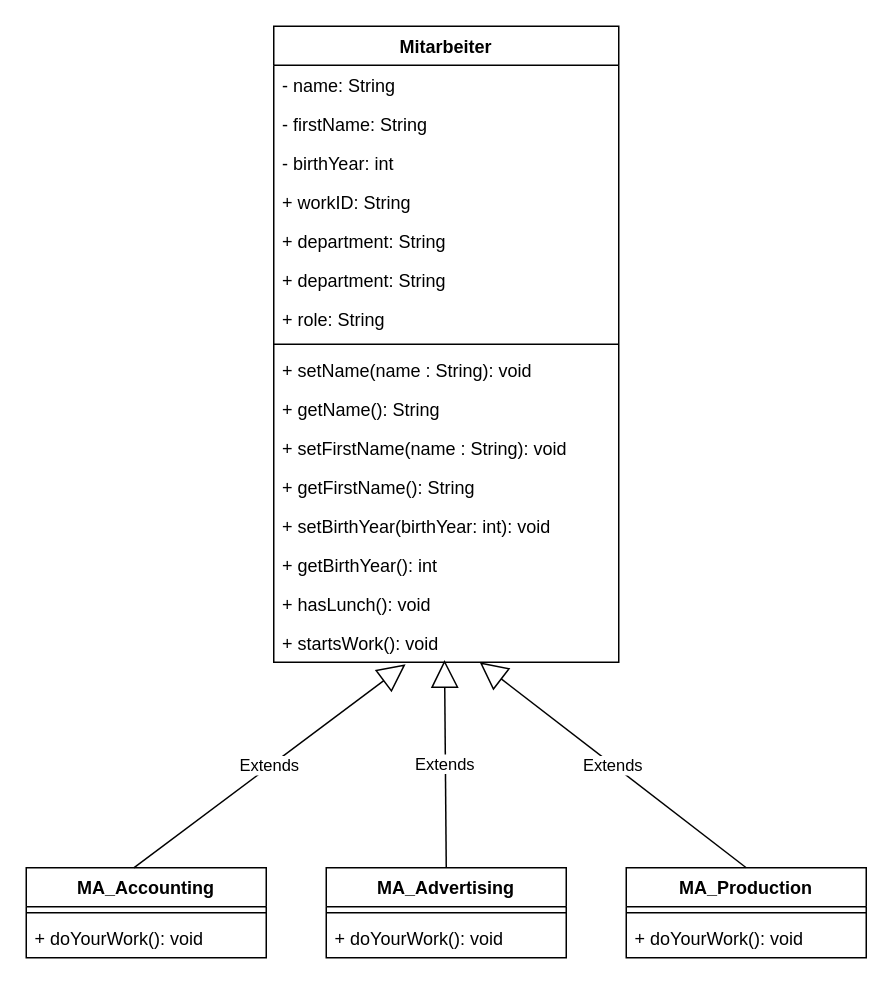
Earlier version of the draw.io diagram muster_MA.drawio (tkor152-OOP/03a_CodeLab_03). Source tidied: cells renumbered, new cells numbered last; positions are measured from the earlier drawing's top-left corner, leaving out a move shared by most shapes. Both pictures are drawn from the tidied source at 150%, with x=0, y=0 at pixel (26, 26).
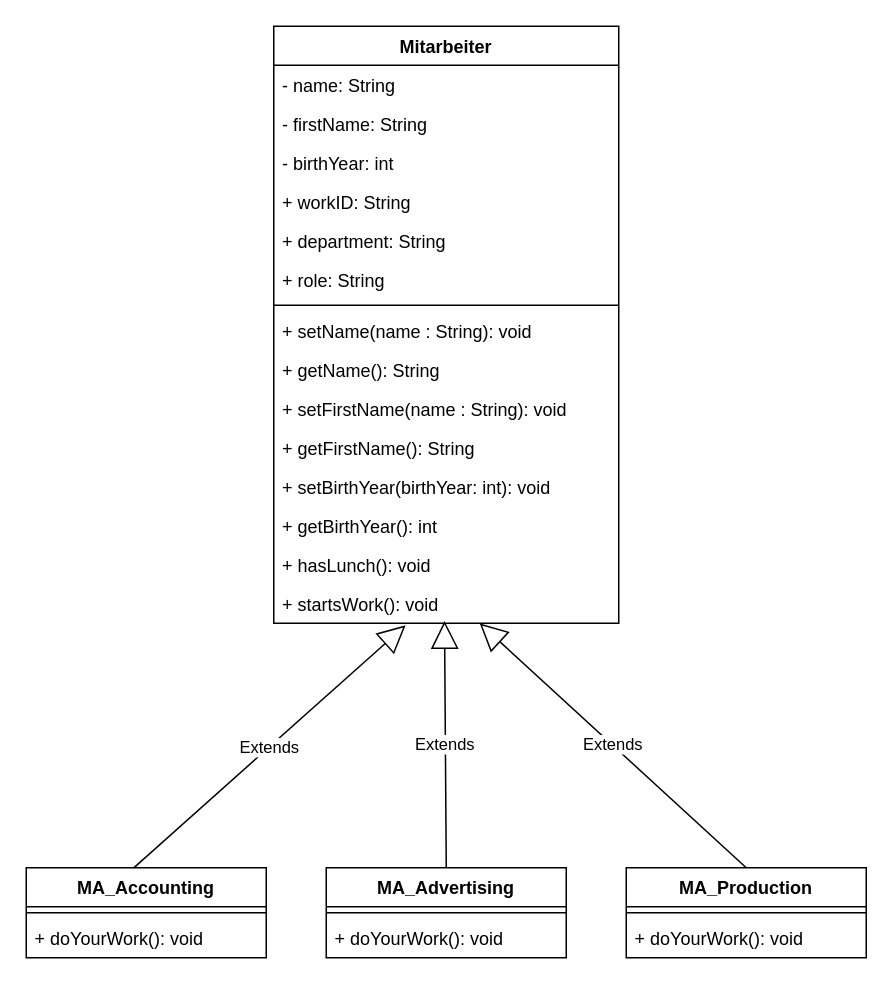
Above is the later version.

Commit message:
Korrektur Diagramm

Diff of the diagram source:
```diff
@@
     <mxCell id="2" value="Mitarbeiter" style="swimlane;fontStyle=1;align=center;verticalAlign=top;horizontal=1;startSize=26;" parent="1" vertex="1">
-      <mxGeometry x="165" width="230" height="424" as="geometry" />
+      <mxGeometry x="165" width="230" height="398" as="geometry" />
     </mxCell>
@@
-    <mxCell id="8" value="+ department: String" style="text;strokeColor=none;fillColor=none;align=left;verticalAlign=top;spacingLeft=4;spacingRight=4;overflow=hidden;" parent="2" vertex="1">
-      <mxGeometry y="156" width="230" height="26" as="geometry" />
-    </mxCell>
     <mxCell id="9" value="+ role: String" style="text;strokeColor=none;fillColor=none;align=left;verticalAlign=top;spacingLeft=4;spacingRight=4;overflow=hidden;" parent="2" vertex="1">
-      <mxGeometry y="182" width="230" height="26" as="geometry" />
+      <mxGeometry y="156" width="230" height="26" as="geometry" />
     </mxCell>
     <mxCell id="10" style="line;strokeWidth=1;fillColor=none;align=left;verticalAlign=middle;spacingTop=-1;spacingLeft=3;spacingRight=3;labelPosition=right;" parent="2" vertex="1">
-      <mxGeometry y="208" width="230" height="8" as="geometry" />
+      <mxGeometry y="182" width="230" height="8" as="geometry" />
     </mxCell>
     <mxCell id="11" value="+ setName(name : String): void" style="text;strokeColor=none;fillColor=none;align=left;verticalAlign=top;spacingLeft=4;spacingRight=4;overflow=hidden;" parent="2" vertex="1">
-      <mxGeometry y="216" width="230" height="26" as="geometry" />
+      <mxGeometry y="190" width="230" height="26" as="geometry" />
     </mxCell>
     <mxCell id="12" value="+ getName(): String" style="text;strokeColor=none;fillColor=none;align=left;verticalAlign=top;spacingLeft=4;spacingRight=4;overflow=hidden;" parent="2" vertex="1">
-      <mxGeometry y="242" width="230" height="26" as="geometry" />
+      <mxGeometry y="216" width="230" height="26" as="geometry" />
     </mxCell>
     <mxCell id="13" value="+ setFirstName(name : String): void" style="text;strokeColor=none;fillColor=none;align=left;verticalAlign=top;spacingLeft=4;spacingRight=4;overflow=hidden;" parent="2" vertex="1">
-      <mxGeometry y="268" width="230" height="26" as="geometry" />
+      <mxGeometry y="242" width="230" height="26" as="geometry" />
     </mxCell>
     <mxCell id="14" value="+ getFirstName(): String" style="text;strokeColor=none;fillColor=none;align=left;verticalAlign=top;spacingLeft=4;spacingRight=4;overflow=hidden;" parent="2" vertex="1">
-      <mxGeometry y="294" width="230" height="26" as="geometry" />
+      <mxGeometry y="268" width="230" height="26" as="geometry" />
     </mxCell>
     <mxCell id="15" value="+ setBirthYear(birthYear: int): void" style="text;strokeColor=none;fillColor=none;align=left;verticalAlign=top;spacingLeft=4;spacingRight=4;overflow=hidden;" parent="2" vertex="1">
-      <mxGeometry y="320" width="230" height="26" as="geometry" />
+      <mxGeometry y="294" width="230" height="26" as="geometry" />
     </mxCell>
     <mxCell id="16" value="+ getBirthYear(): int" style="text;strokeColor=none;fillColor=none;align=left;verticalAlign=top;spacingLeft=4;spacingRight=4;overflow=hidden;" parent="2" vertex="1">
-      <mxGeometry y="346" width="230" height="26" as="geometry" />
+      <mxGeometry y="320" width="230" height="26" as="geometry" />
     </mxCell>
     <mxCell id="17" value="+ hasLunch(): void" style="text;strokeColor=none;fillColor=none;align=left;verticalAlign=top;spacingLeft=4;spacingRight=4;overflow=hidden;" parent="2" vertex="1">
-      <mxGeometry y="372" width="230" height="26" as="geometry" />
+      <mxGeometry y="346" width="230" height="26" as="geometry" />
     </mxCell>
     <mxCell id="18" value="+ startsWork(): void" style="text;strokeColor=none;fillColor=none;align=left;verticalAlign=top;spacingLeft=4;spacingRight=4;overflow=hidden;points=[[0,0.5],[1,0.5]];portConstraint=eastwest;" parent="2" vertex="1">
-      <mxGeometry y="398" width="230" height="26" as="geometry" />
+      <mxGeometry y="372" width="230" height="26" as="geometry" />
     </mxCell>
```
